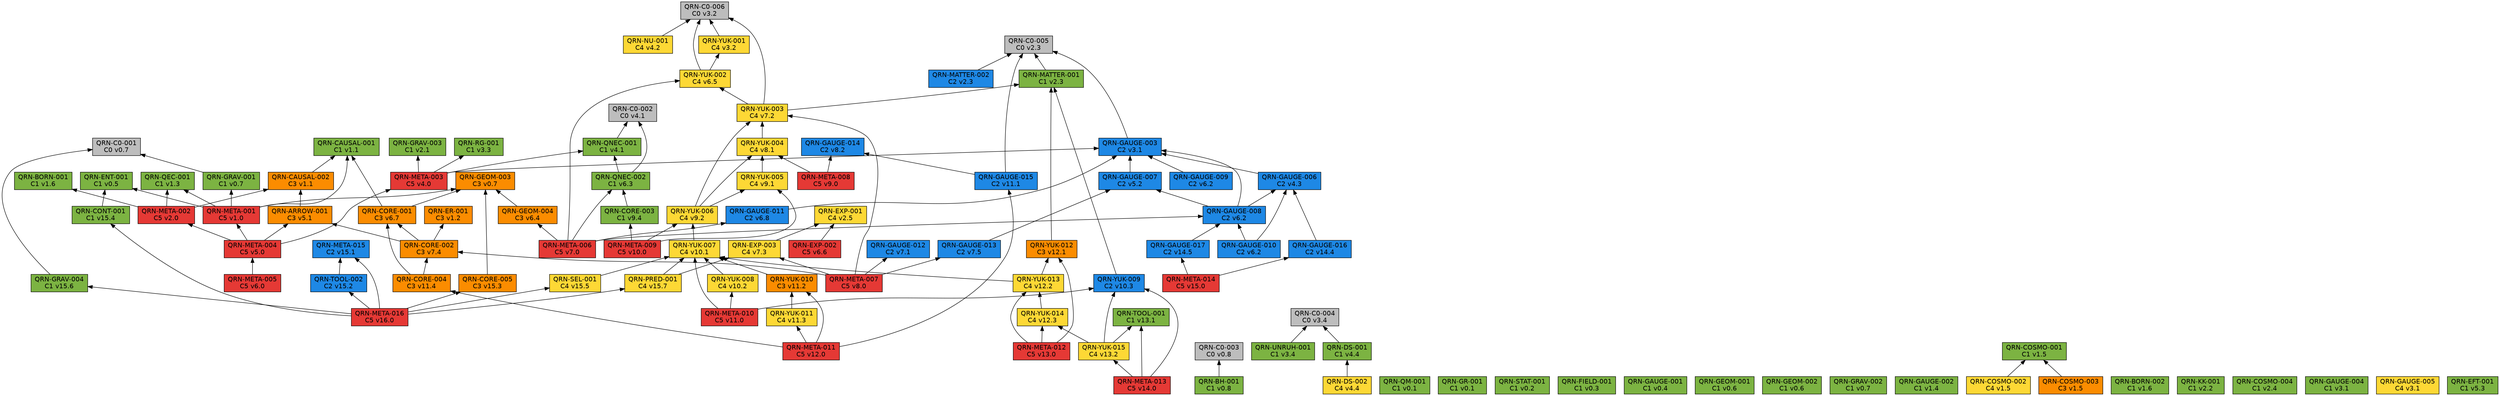
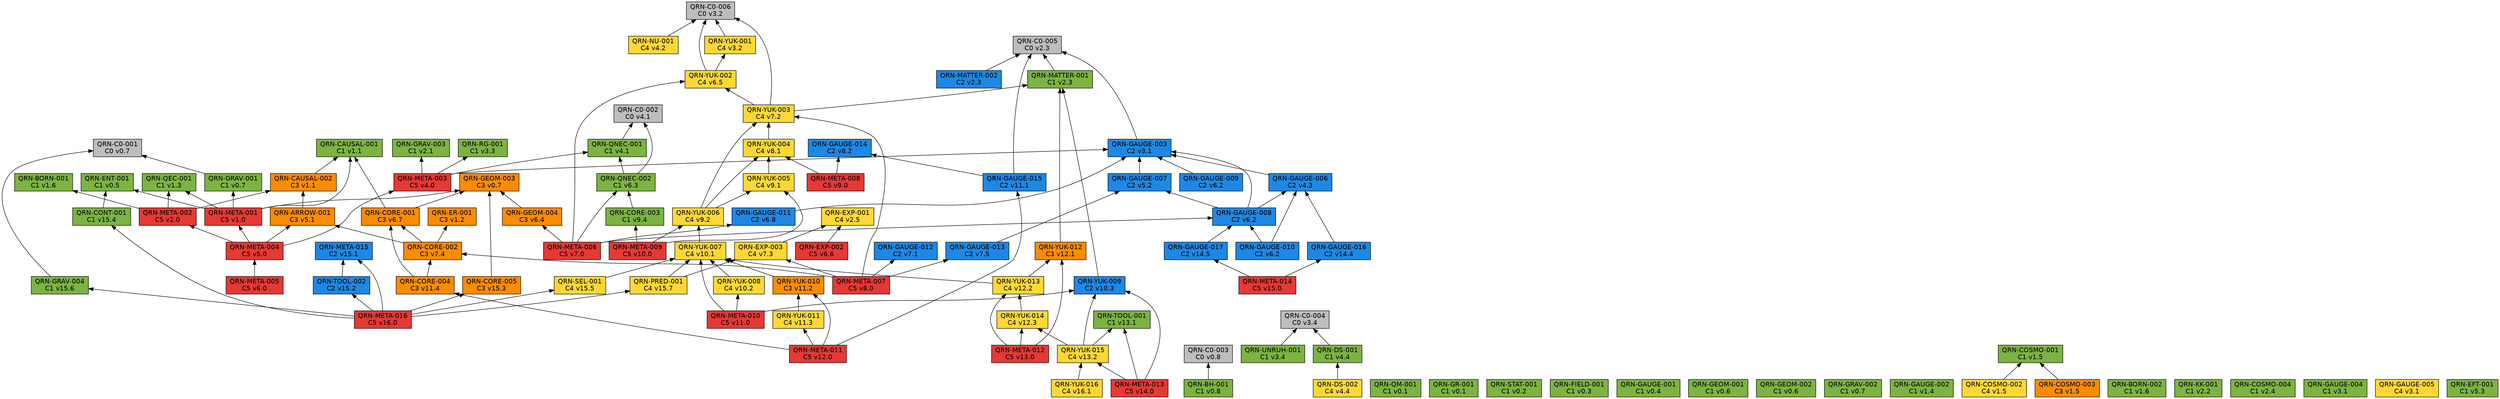
// 自動生成 (dag/report.pl) — QRN 主張依存グラフ
digraph qrn {
  rankdir=BT;
  node [shape=box, style=filled, fontname="Helvetica"];
  "QRN-C0-001" [fillcolor="#bdbdbd", label="QRN-C0-001\nC0 v0.7"];
  "QRN-C0-002" [fillcolor="#bdbdbd", label="QRN-C0-002\nC0 v4.1"];
  "QRN-C0-003" [fillcolor="#bdbdbd", label="QRN-C0-003\nC0 v0.8"];
  "QRN-C0-004" [fillcolor="#bdbdbd", label="QRN-C0-004\nC0 v3.4"];
  "QRN-C0-005" [fillcolor="#bdbdbd", label="QRN-C0-005\nC0 v2.3"];
  "QRN-C0-006" [fillcolor="#bdbdbd", label="QRN-C0-006\nC0 v3.2"];
  "QRN-QM-001" [fillcolor="#7cb342", label="QRN-QM-001\nC1 v0.1"];
  "QRN-GR-001" [fillcolor="#7cb342", label="QRN-GR-001\nC1 v0.1"];
  "QRN-STAT-001" [fillcolor="#7cb342", label="QRN-STAT-001\nC1 v0.2"];
  "QRN-FIELD-001" [fillcolor="#7cb342", label="QRN-FIELD-001\nC1 v0.3"];
  "QRN-GAUGE-001" [fillcolor="#7cb342", label="QRN-GAUGE-001\nC1 v0.4"];
  "QRN-ENT-001" [fillcolor="#7cb342", label="QRN-ENT-001\nC1 v0.5"];
  "QRN-GEOM-001" [fillcolor="#7cb342", label="QRN-GEOM-001\nC1 v0.6"];
  "QRN-GEOM-002" [fillcolor="#7cb342", label="QRN-GEOM-002\nC1 v0.6"];
  "QRN-GEOM-003" [fillcolor="#fb8c00", label="QRN-GEOM-003\nC3 v0.7"];
  "QRN-GRAV-001" [fillcolor="#7cb342", label="QRN-GRAV-001\nC1 v0.7"];
  "QRN-GRAV-002" [fillcolor="#7cb342", label="QRN-GRAV-002\nC1 v0.7"];
  "QRN-BH-001" [fillcolor="#7cb342", label="QRN-BH-001\nC1 v0.8"];
  "QRN-CAUSAL-001" [fillcolor="#7cb342", label="QRN-CAUSAL-001\nC1 v1.1"];
  "QRN-CAUSAL-002" [fillcolor="#fb8c00", label="QRN-CAUSAL-002\nC3 v1.1"];
  "QRN-ER-001" [fillcolor="#fb8c00", label="QRN-ER-001\nC3 v1.2"];
  "QRN-QEC-001" [fillcolor="#7cb342", label="QRN-QEC-001\nC1 v1.3"];
  "QRN-GAUGE-002" [fillcolor="#7cb342", label="QRN-GAUGE-002\nC1 v1.4"];
  "QRN-COSMO-001" [fillcolor="#7cb342", label="QRN-COSMO-001\nC1 v1.5"];
  "QRN-COSMO-002" [fillcolor="#fdd835", label="QRN-COSMO-002\nC4 v1.5"];
  "QRN-COSMO-003" [fillcolor="#fb8c00", label="QRN-COSMO-003\nC3 v1.5"];
  "QRN-BORN-001" [fillcolor="#7cb342", label="QRN-BORN-001\nC1 v1.6"];
  "QRN-BORN-002" [fillcolor="#7cb342", label="QRN-BORN-002\nC1 v1.6"];
  "QRN-GRAV-003" [fillcolor="#7cb342", label="QRN-GRAV-003\nC1 v2.1"];
  "QRN-KK-001" [fillcolor="#7cb342", label="QRN-KK-001\nC1 v2.2"];
  "QRN-MATTER-001" [fillcolor="#7cb342", label="QRN-MATTER-001\nC1 v2.3"];
  "QRN-MATTER-002" [fillcolor="#1e88e5", label="QRN-MATTER-002\nC2 v2.3"];
  "QRN-COSMO-004" [fillcolor="#7cb342", label="QRN-COSMO-004\nC1 v2.4"];
  "QRN-EXP-001" [fillcolor="#fdd835", label="QRN-EXP-001\nC4 v2.5"];
  "QRN-GAUGE-003" [fillcolor="#1e88e5", label="QRN-GAUGE-003\nC2 v3.1"];
  "QRN-GAUGE-004" [fillcolor="#7cb342", label="QRN-GAUGE-004\nC1 v3.1"];
  "QRN-GAUGE-005" [fillcolor="#fdd835", label="QRN-GAUGE-005\nC4 v3.1"];
  "QRN-YUK-001" [fillcolor="#fdd835", label="QRN-YUK-001\nC4 v3.2"];
  "QRN-RG-001" [fillcolor="#7cb342", label="QRN-RG-001\nC1 v3.3"];
  "QRN-UNRUH-001" [fillcolor="#7cb342", label="QRN-UNRUH-001\nC1 v3.4"];
  "QRN-QNEC-001" [fillcolor="#7cb342", label="QRN-QNEC-001\nC1 v4.1"];
  "QRN-NU-001" [fillcolor="#fdd835", label="QRN-NU-001\nC4 v4.2"];
  "QRN-GAUGE-006" [fillcolor="#1e88e5", label="QRN-GAUGE-006\nC2 v4.3"];
  "QRN-DS-001" [fillcolor="#7cb342", label="QRN-DS-001\nC1 v4.4"];
  "QRN-DS-002" [fillcolor="#fdd835", label="QRN-DS-002\nC4 v4.4"];
  "QRN-ARROW-001" [fillcolor="#fb8c00", label="QRN-ARROW-001\nC3 v5.1"];
  "QRN-GAUGE-007" [fillcolor="#1e88e5", label="QRN-GAUGE-007\nC2 v5.2"];
  "QRN-EFT-001" [fillcolor="#7cb342", label="QRN-EFT-001\nC1 v5.3"];
  "QRN-GAUGE-008" [fillcolor="#1e88e5", label="QRN-GAUGE-008\nC2 v6.2"];
  "QRN-GAUGE-009" [fillcolor="#1e88e5", label="QRN-GAUGE-009\nC2 v6.2"];
  "QRN-GAUGE-010" [fillcolor="#1e88e5", label="QRN-GAUGE-010\nC2 v6.2"];
  "QRN-QNEC-002" [fillcolor="#7cb342", label="QRN-QNEC-002\nC1 v6.3"];
  "QRN-GEOM-004" [fillcolor="#fb8c00", label="QRN-GEOM-004\nC3 v6.4"];
  "QRN-YUK-002" [fillcolor="#fdd835", label="QRN-YUK-002\nC4 v6.5"];
  "QRN-EXP-002" [fillcolor="#e53935", label="QRN-EXP-002\nC5 v6.6"];
  "QRN-CORE-001" [fillcolor="#fb8c00", label="QRN-CORE-001\nC3 v6.7"];
  "QRN-GAUGE-011" [fillcolor="#1e88e5", label="QRN-GAUGE-011\nC2 v6.8"];
  "QRN-GAUGE-012" [fillcolor="#1e88e5", label="QRN-GAUGE-012\nC2 v7.1"];
  "QRN-YUK-003" [fillcolor="#fdd835", label="QRN-YUK-003\nC4 v7.2"];
  "QRN-EXP-003" [fillcolor="#fdd835", label="QRN-EXP-003\nC4 v7.3"];
  "QRN-CORE-002" [fillcolor="#fb8c00", label="QRN-CORE-002\nC3 v7.4"];
  "QRN-GAUGE-013" [fillcolor="#1e88e5", label="QRN-GAUGE-013\nC2 v7.5"];
  "QRN-YUK-004" [fillcolor="#fdd835", label="QRN-YUK-004\nC4 v8.1"];
  "QRN-GAUGE-014" [fillcolor="#1e88e5", label="QRN-GAUGE-014\nC2 v8.2"];
  "QRN-META-001" [fillcolor="#e53935", label="QRN-META-001\nC5 v1.0"];
  "QRN-META-002" [fillcolor="#e53935", label="QRN-META-002\nC5 v2.0"];
  "QRN-META-003" [fillcolor="#e53935", label="QRN-META-003\nC5 v4.0"];
  "QRN-META-004" [fillcolor="#e53935", label="QRN-META-004\nC5 v5.0"];
  "QRN-META-005" [fillcolor="#e53935", label="QRN-META-005\nC5 v6.0"];
  "QRN-META-006" [fillcolor="#e53935", label="QRN-META-006\nC5 v7.0"];
  "QRN-META-007" [fillcolor="#e53935", label="QRN-META-007\nC5 v8.0"];
  "QRN-META-008" [fillcolor="#e53935", label="QRN-META-008\nC5 v9.0"];
  "QRN-YUK-005" [fillcolor="#fdd835", label="QRN-YUK-005\nC4 v9.1"];
  "QRN-YUK-006" [fillcolor="#fdd835", label="QRN-YUK-006\nC4 v9.2"];
  "QRN-CORE-003" [fillcolor="#7cb342", label="QRN-CORE-003\nC1 v9.4"];
  "QRN-META-009" [fillcolor="#e53935", label="QRN-META-009\nC5 v10.0"];
  "QRN-YUK-007" [fillcolor="#fdd835", label="QRN-YUK-007\nC4 v10.1"];
  "QRN-YUK-008" [fillcolor="#fdd835", label="QRN-YUK-008\nC4 v10.2"];
  "QRN-YUK-009" [fillcolor="#1e88e5", label="QRN-YUK-009\nC2 v10.3"];
  "QRN-META-010" [fillcolor="#e53935", label="QRN-META-010\nC5 v11.0"];
  "QRN-GAUGE-015" [fillcolor="#1e88e5", label="QRN-GAUGE-015\nC2 v11.1"];
  "QRN-YUK-010" [fillcolor="#fb8c00", label="QRN-YUK-010\nC3 v11.2"];
  "QRN-YUK-011" [fillcolor="#fdd835", label="QRN-YUK-011\nC4 v11.3"];
  "QRN-CORE-004" [fillcolor="#fb8c00", label="QRN-CORE-004\nC3 v11.4"];
  "QRN-META-011" [fillcolor="#e53935", label="QRN-META-011\nC5 v12.0"];
  "QRN-YUK-012" [fillcolor="#fb8c00", label="QRN-YUK-012\nC3 v12.1"];
  "QRN-YUK-013" [fillcolor="#fdd835", label="QRN-YUK-013\nC4 v12.2"];
  "QRN-YUK-014" [fillcolor="#fdd835", label="QRN-YUK-014\nC4 v12.3"];
  "QRN-META-012" [fillcolor="#e53935", label="QRN-META-012\nC5 v13.0"];
  "QRN-TOOL-001" [fillcolor="#7cb342", label="QRN-TOOL-001\nC1 v13.1"];
  "QRN-YUK-015" [fillcolor="#fdd835", label="QRN-YUK-015\nC4 v13.2"];
  "QRN-META-013" [fillcolor="#e53935", label="QRN-META-013\nC5 v14.0"];
  "QRN-GAUGE-016" [fillcolor="#1e88e5", label="QRN-GAUGE-016\nC2 v14.4"];
  "QRN-GAUGE-017" [fillcolor="#1e88e5", label="QRN-GAUGE-017\nC2 v14.5"];
  "QRN-META-014" [fillcolor="#e53935", label="QRN-META-014\nC5 v15.0"];
  "QRN-META-015" [fillcolor="#1e88e5", label="QRN-META-015\nC2 v15.1"];
  "QRN-TOOL-002" [fillcolor="#1e88e5", label="QRN-TOOL-002\nC2 v15.2"];
  "QRN-CORE-005" [fillcolor="#fb8c00", label="QRN-CORE-005\nC3 v15.3"];
  "QRN-CONT-001" [fillcolor="#7cb342", label="QRN-CONT-001\nC1 v15.4"];
  "QRN-SEL-001" [fillcolor="#fdd835", label="QRN-SEL-001\nC4 v15.5"];
  "QRN-GRAV-004" [fillcolor="#7cb342", label="QRN-GRAV-004\nC1 v15.6"];
  "QRN-PRED-001" [fillcolor="#fdd835", label="QRN-PRED-001\nC4 v15.7"];
  "QRN-META-016" [fillcolor="#e53935", label="QRN-META-016\nC5 v16.0"];
+   "QRN-YUK-016" [fillcolor="#fdd835", label="QRN-YUK-016\nC4 v16.1"];
  "QRN-GRAV-001" -> "QRN-C0-001";
  "QRN-BH-001" -> "QRN-C0-003";
  "QRN-CAUSAL-002" -> "QRN-CAUSAL-001";
  "QRN-COSMO-002" -> "QRN-COSMO-001";
  "QRN-COSMO-003" -> "QRN-COSMO-001";
  "QRN-MATTER-001" -> "QRN-C0-005";
  "QRN-MATTER-002" -> "QRN-C0-005";
  "QRN-GAUGE-003" -> "QRN-C0-005";
  "QRN-YUK-001" -> "QRN-C0-006";
  "QRN-UNRUH-001" -> "QRN-C0-004";
  "QRN-QNEC-001" -> "QRN-C0-002";
  "QRN-NU-001" -> "QRN-C0-006";
  "QRN-GAUGE-006" -> "QRN-GAUGE-003";
  "QRN-DS-001" -> "QRN-C0-004";
  "QRN-DS-002" -> "QRN-DS-001";
  "QRN-ARROW-001" -> "QRN-CAUSAL-002";
  "QRN-GAUGE-007" -> "QRN-GAUGE-003";
  "QRN-GAUGE-008" -> "QRN-GAUGE-003";
  "QRN-GAUGE-008" -> "QRN-GAUGE-006";
  "QRN-GAUGE-008" -> "QRN-GAUGE-007";
  "QRN-GAUGE-009" -> "QRN-GAUGE-003";
  "QRN-GAUGE-010" -> "QRN-GAUGE-006";
  "QRN-GAUGE-010" -> "QRN-GAUGE-008";
  "QRN-QNEC-002" -> "QRN-C0-002";
  "QRN-QNEC-002" -> "QRN-QNEC-001";
  "QRN-GEOM-004" -> "QRN-GEOM-003";
  "QRN-YUK-002" -> "QRN-C0-006";
  "QRN-YUK-002" -> "QRN-YUK-001";
  "QRN-EXP-002" -> "QRN-EXP-001";
  "QRN-CORE-001" -> "QRN-GEOM-003";
  "QRN-CORE-001" -> "QRN-CAUSAL-001";
  "QRN-GAUGE-011" -> "QRN-GAUGE-003";
  "QRN-YUK-003" -> "QRN-C0-006";
  "QRN-YUK-003" -> "QRN-MATTER-001";
  "QRN-YUK-003" -> "QRN-YUK-002";
  "QRN-EXP-003" -> "QRN-EXP-001";
  "QRN-CORE-002" -> "QRN-CORE-001";
  "QRN-CORE-002" -> "QRN-ER-001";
  "QRN-CORE-002" -> "QRN-ARROW-001";
  "QRN-GAUGE-013" -> "QRN-GAUGE-007";
  "QRN-YUK-004" -> "QRN-YUK-003";
  "QRN-META-001" -> "QRN-GEOM-003";
  "QRN-META-001" -> "QRN-GRAV-001";
  "QRN-META-001" -> "QRN-CAUSAL-001";
  "QRN-META-001" -> "QRN-QEC-001";
  "QRN-META-001" -> "QRN-ENT-001";
  "QRN-META-002" -> "QRN-QEC-001";
  "QRN-META-002" -> "QRN-BORN-001";
  "QRN-META-002" -> "QRN-CAUSAL-002";
  "QRN-META-003" -> "QRN-GAUGE-003";
  "QRN-META-003" -> "QRN-RG-001";
  "QRN-META-003" -> "QRN-QNEC-001";
  "QRN-META-003" -> "QRN-GRAV-003";
  "QRN-META-004" -> "QRN-META-001";
  "QRN-META-004" -> "QRN-META-002";
  "QRN-META-004" -> "QRN-META-003";
  "QRN-META-004" -> "QRN-ARROW-001";
  "QRN-META-005" -> "QRN-META-004";
  "QRN-META-006" -> "QRN-GAUGE-008";
  "QRN-META-006" -> "QRN-QNEC-002";
  "QRN-META-006" -> "QRN-GEOM-004";
  "QRN-META-006" -> "QRN-YUK-002";
  "QRN-META-006" -> "QRN-GAUGE-011";
  "QRN-META-007" -> "QRN-GAUGE-012";
  "QRN-META-007" -> "QRN-YUK-003";
  "QRN-META-007" -> "QRN-EXP-003";
  "QRN-META-007" -> "QRN-CORE-002";
  "QRN-META-007" -> "QRN-GAUGE-013";
  "QRN-META-008" -> "QRN-YUK-004";
  "QRN-META-008" -> "QRN-GAUGE-014";
  "QRN-YUK-005" -> "QRN-YUK-004";
  "QRN-YUK-006" -> "QRN-YUK-003";
  "QRN-YUK-006" -> "QRN-YUK-004";
  "QRN-YUK-006" -> "QRN-YUK-005";
  "QRN-CORE-003" -> "QRN-QNEC-002";
  "QRN-META-009" -> "QRN-YUK-005";
  "QRN-META-009" -> "QRN-YUK-006";
  "QRN-META-009" -> "QRN-CORE-003";
  "QRN-YUK-007" -> "QRN-YUK-006";
  "QRN-YUK-008" -> "QRN-YUK-007";
  "QRN-YUK-009" -> "QRN-MATTER-001";
  "QRN-META-010" -> "QRN-YUK-007";
  "QRN-META-010" -> "QRN-YUK-008";
  "QRN-META-010" -> "QRN-YUK-009";
  "QRN-GAUGE-015" -> "QRN-C0-005";
  "QRN-GAUGE-015" -> "QRN-GAUGE-014";
  "QRN-YUK-010" -> "QRN-YUK-007";
  "QRN-YUK-011" -> "QRN-YUK-010";
  "QRN-CORE-004" -> "QRN-CORE-001";
  "QRN-CORE-004" -> "QRN-CORE-002";
  "QRN-META-011" -> "QRN-GAUGE-015";
  "QRN-META-011" -> "QRN-YUK-010";
  "QRN-META-011" -> "QRN-YUK-011";
  "QRN-META-011" -> "QRN-CORE-004";
  "QRN-YUK-012" -> "QRN-MATTER-001";
  "QRN-YUK-013" -> "QRN-YUK-012";
  "QRN-YUK-013" -> "QRN-YUK-007";
  "QRN-YUK-014" -> "QRN-YUK-013";
  "QRN-META-012" -> "QRN-YUK-012";
  "QRN-META-012" -> "QRN-YUK-013";
  "QRN-META-012" -> "QRN-YUK-014";
  "QRN-YUK-015" -> "QRN-YUK-014";
  "QRN-YUK-015" -> "QRN-TOOL-001";
  "QRN-YUK-015" -> "QRN-YUK-009";
  "QRN-META-013" -> "QRN-YUK-015";
  "QRN-META-013" -> "QRN-TOOL-001";
  "QRN-META-013" -> "QRN-YUK-009";
  "QRN-GAUGE-016" -> "QRN-GAUGE-006";
  "QRN-GAUGE-017" -> "QRN-GAUGE-008";
  "QRN-META-014" -> "QRN-GAUGE-016";
  "QRN-META-014" -> "QRN-GAUGE-017";
  "QRN-TOOL-002" -> "QRN-META-015";
  "QRN-CORE-005" -> "QRN-GEOM-003";
  "QRN-CONT-001" -> "QRN-ENT-001";
  "QRN-SEL-001" -> "QRN-YUK-007";
  "QRN-GRAV-004" -> "QRN-C0-001";
  "QRN-PRED-001" -> "QRN-YUK-007";
  "QRN-PRED-001" -> "QRN-EXP-003";
  "QRN-META-016" -> "QRN-META-015";
  "QRN-META-016" -> "QRN-TOOL-002";
  "QRN-META-016" -> "QRN-CORE-005";
  "QRN-META-016" -> "QRN-CONT-001";
  "QRN-META-016" -> "QRN-SEL-001";
  "QRN-META-016" -> "QRN-GRAV-004";
  "QRN-META-016" -> "QRN-PRED-001";
+   "QRN-YUK-016" -> "QRN-YUK-015";
}
